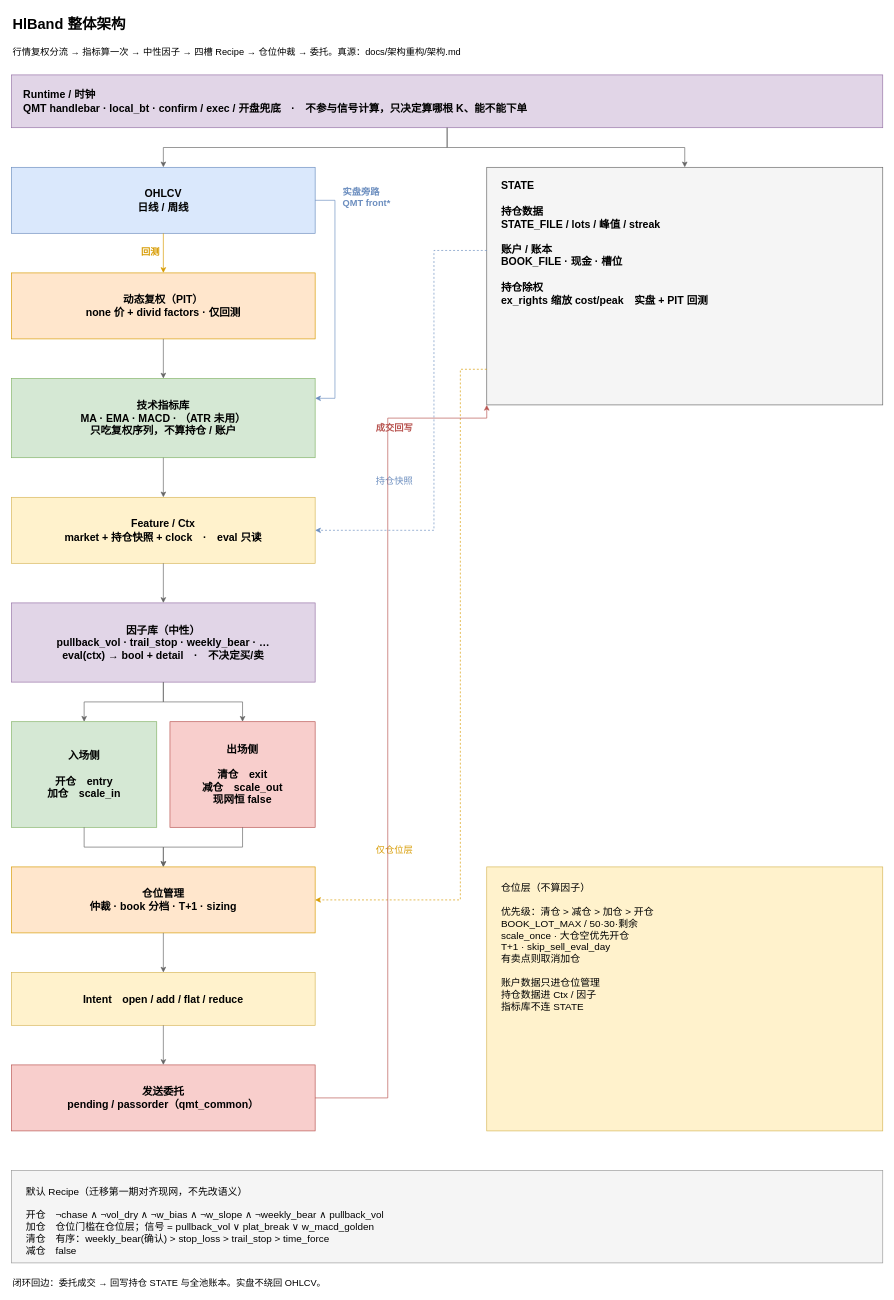
vigo-wu/strategy-tracking keeps this draw.io diagram as hongli_band/docs/架构重构/策略架构.drawio. Above is the earlier version. Source tidied: cells renumbered, new cells numbered last; positions are measured from the earlier drawing's top-left corner, leaving out a move shared by most shapes. Both pictures are drawn from the tidied source at 66%, with x=0, y=0 at pixel (11, 11).
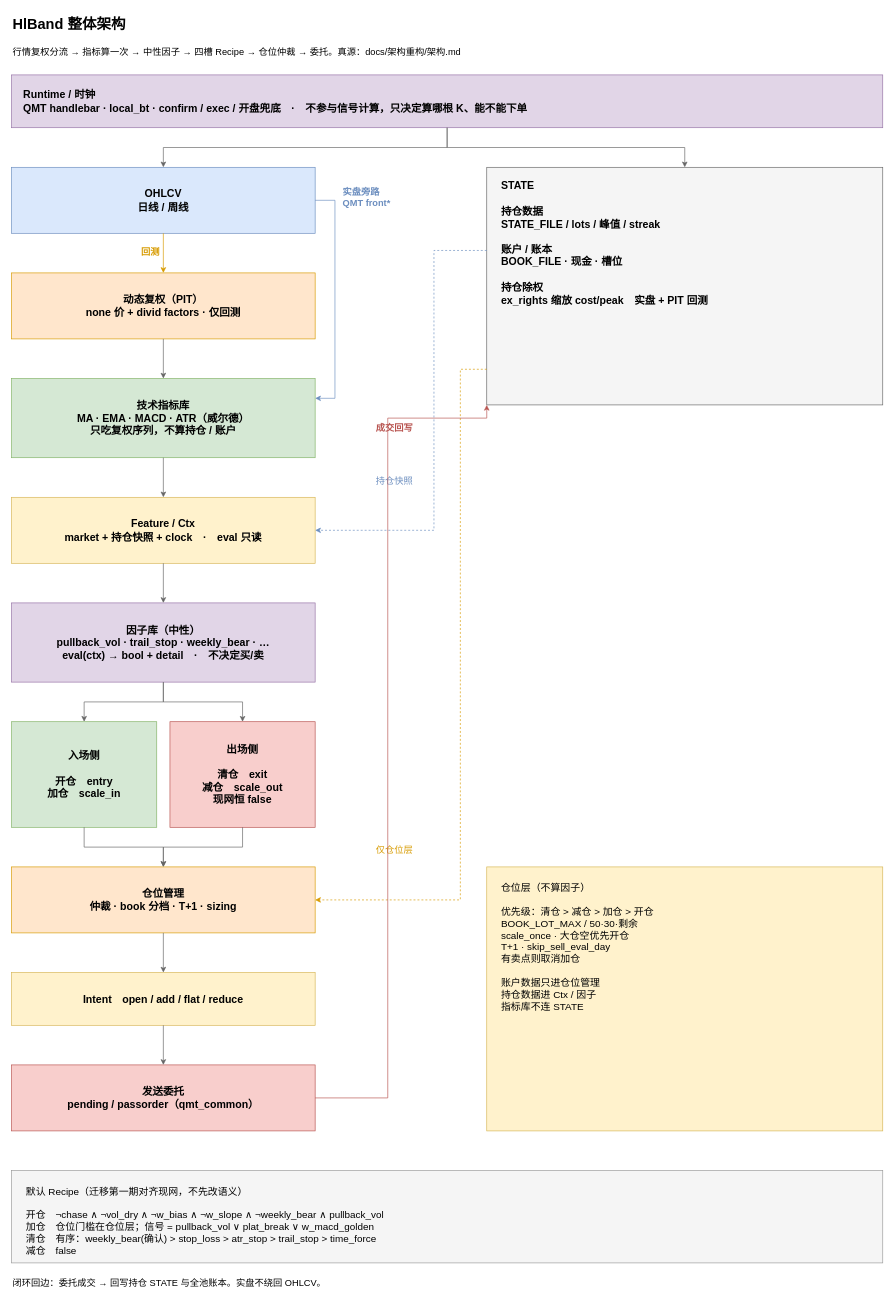
After the change.

The edit, as a diff of the source:
```diff
@@
-    <mxCell id="8" value="技术指标库&lt;br&gt;MA · EMA · MACD · （ATR 未用）&lt;br&gt;只吃复权序列，不算持仓 / 账户" style="rounded=0;whiteSpace=wrap;html=1;fillColor=#d5e8d4;strokeColor=#82b366;fontStyle=1;fontSize=16;fontFamily=Microsoft YaHei;" parent="1" vertex="1">
+    <mxCell id="8" value="技术指标库&lt;br&gt;MA · EMA · MACD · ATR（威尔德）&lt;br&gt;只吃复权序列，不算持仓 / 账户" style="rounded=0;whiteSpace=wrap;html=1;fillColor=#d5e8d4;strokeColor=#82b366;fontStyle=1;fontSize=16;fontFamily=Microsoft YaHei;" parent="1" vertex="1">
       <mxGeometry y="556" width="460" height="120" as="geometry" />
     </mxCell>
@@
-    <mxCell id="17" value="默认 Recipe（迁移第一期对齐现网，不先改语义）&lt;br&gt;&lt;br&gt;开仓　¬chase ∧ ¬vol_dry ∧ ¬w_bias ∧ ¬w_slope ∧ ¬weekly_bear ∧ pullback_vol&lt;br&gt;加仓　仓位门槛在仓位层；信号 = pullback_vol ∨ plat_break ∨ w_macd_golden&lt;br&gt;清仓　有序：weekly_bear(确认) &gt; stop_loss &gt; trail_stop &gt; time_force&lt;br&gt;减仓　false" style="rounded=0;whiteSpace=wrap;html=1;align=left;verticalAlign=top;fillColor=#f5f5f5;strokeColor=#999999;spacingLeft=20;spacingTop=16;spacingRight=16;fontSize=15;fontFamily=Microsoft YaHei;" parent="1" vertex="1">
+    <mxCell id="17" value="默认 Recipe（迁移第一期对齐现网，不先改语义）&lt;br&gt;&lt;br&gt;开仓　¬chase ∧ ¬vol_dry ∧ ¬w_bias ∧ ¬w_slope ∧ ¬weekly_bear ∧ pullback_vol&lt;br&gt;加仓　仓位门槛在仓位层；信号 = pullback_vol ∨ plat_break ∨ w_macd_golden&lt;br&gt;清仓　有序：weekly_bear(确认) &gt; stop_loss &gt; atr_stop &gt; trail_stop &gt; time_force&lt;br&gt;减仓　false" style="rounded=0;whiteSpace=wrap;html=1;align=left;verticalAlign=top;fillColor=#f5f5f5;strokeColor=#999999;spacingLeft=20;spacingTop=16;spacingRight=16;fontSize=15;fontFamily=Microsoft YaHei;" parent="1" vertex="1">
       <mxGeometry y="1756" width="1320" height="140" as="geometry" />
     </mxCell>
```
